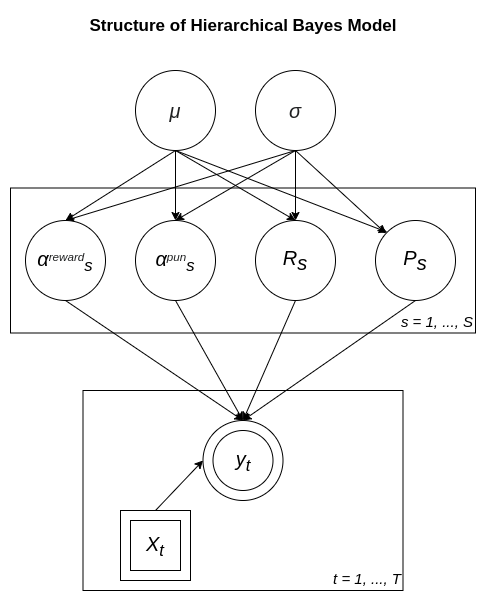
The draw.io diagram content/post/computational-models-of-behavior-pt2/hba.png in rklymentiev/rklymentiev.com, before a commit. Source tidied: cells renumbered, new cells last; positions are measured from the earlier drawing's top-left corner, leaving out a move shared by most shapes. The source it was exported from:
```xml
<mxGraphModel>
  <root>
    <mxCell id="0" />
    <mxCell id="1" parent="0" />
    <mxCell id="2" value="&lt;i style=&quot;font-size: 15px;&quot;&gt;t = 1, ..., T&lt;/i&gt;" style="rounded=0;whiteSpace=wrap;html=1;align=right;verticalAlign=bottom;fontSize=15;fillColor=none;" parent="1" vertex="1">
      <mxGeometry x="72.5" y="380" width="320" height="200" as="geometry" />
    </mxCell>
    <mxCell id="3" value="s = 1, ..., S" style="rounded=0;whiteSpace=wrap;html=1;align=right;verticalAlign=bottom;fontStyle=2;fontSize=15;fillColor=none;" parent="1" vertex="1">
      <mxGeometry y="177.5" width="465" height="145" as="geometry" />
    </mxCell>
    <mxCell id="4" style="rounded=0;jettySize=auto;html=1;entryX=0.5;entryY=0;entryDx=0;entryDy=0;exitX=0.5;exitY=1;exitDx=0;exitDy=0;" parent="1" edge="1" source="8" target="15">
      <mxGeometry relative="1" as="geometry" />
    </mxCell>
    <mxCell id="5" style="edgeStyle=orthogonalEdgeStyle;rounded=0;jettySize=auto;html=1;exitX=0.5;exitY=1;exitDx=0;exitDy=0;entryX=0.5;entryY=0;entryDx=0;entryDy=0;fontSize=14;" parent="1" edge="1" source="8" target="23">
      <mxGeometry relative="1" as="geometry" />
    </mxCell>
    <mxCell id="6" style="edgeStyle=none;rounded=0;jettySize=auto;html=1;exitX=0.5;exitY=1;exitDx=0;exitDy=0;entryX=0.5;entryY=0;entryDx=0;entryDy=0;fontSize=14;" parent="1" edge="1" source="8" target="25">
      <mxGeometry relative="1" as="geometry" />
    </mxCell>
    <mxCell id="7" style="edgeStyle=none;rounded=0;jettySize=auto;html=1;entryX=0;entryY=0;entryDx=0;entryDy=0;fontSize=14;exitX=0.5;exitY=1;exitDx=0;exitDy=0;" parent="1" edge="1" source="8" target="27">
      <mxGeometry relative="1" as="geometry" />
    </mxCell>
    <mxCell id="8" value="&lt;span style=&quot;color: rgb(32, 33, 34); font-family: sans-serif; font-size: 20px; background-color: rgb(255, 255, 255);&quot;&gt;μ&lt;/span&gt;" style="ellipse;whiteSpace=wrap;html=1;fontStyle=2;fontSize=20;" parent="1" vertex="1">
      <mxGeometry x="125" y="60" width="80" height="80" as="geometry" />
    </mxCell>
    <mxCell id="9" style="edgeStyle=none;rounded=0;jettySize=auto;html=1;exitX=0.5;exitY=1;exitDx=0;exitDy=0;entryX=0.5;entryY=0;entryDx=0;entryDy=0;" parent="1" edge="1" source="13" target="15">
      <mxGeometry relative="1" as="geometry" />
    </mxCell>
    <mxCell id="10" style="edgeStyle=orthogonalEdgeStyle;rounded=0;jettySize=auto;html=1;exitX=0.5;exitY=1;exitDx=0;exitDy=0;entryX=0.5;entryY=0;entryDx=0;entryDy=0;fontSize=14;" parent="1" edge="1" source="13" target="25">
      <mxGeometry relative="1" as="geometry" />
    </mxCell>
    <mxCell id="11" style="rounded=0;jettySize=auto;html=1;exitX=0.5;exitY=1;exitDx=0;exitDy=0;fontSize=14;" parent="1" edge="1" source="13" target="27">
      <mxGeometry relative="1" as="geometry" />
    </mxCell>
    <mxCell id="12" style="edgeStyle=none;rounded=0;jettySize=auto;html=1;exitX=0.5;exitY=1;exitDx=0;exitDy=0;entryX=0.5;entryY=0;entryDx=0;entryDy=0;fontSize=14;" parent="1" edge="1" source="13" target="23">
      <mxGeometry relative="1" as="geometry" />
    </mxCell>
    <mxCell id="13" value="&lt;span style=&quot;color: rgb(32, 33, 34); font-family: sans-serif; font-size: 20px; text-align: left;&quot;&gt;σ&lt;/span&gt;" style="ellipse;whiteSpace=wrap;html=1;fontStyle=2;fontSize=20;" parent="1" vertex="1">
      <mxGeometry x="245" y="60" width="80" height="80" as="geometry" />
    </mxCell>
    <mxCell id="14" style="edgeStyle=none;rounded=0;jettySize=auto;html=1;exitX=0.5;exitY=1;exitDx=0;exitDy=0;entryX=0.5;entryY=0;entryDx=0;entryDy=0;" parent="1" edge="1" source="15" target="16">
      <mxGeometry relative="1" as="geometry" />
    </mxCell>
    <mxCell id="15" value="α&lt;font color=&quot;#202122&quot; face=&quot;sbl biblit, sbl greek, athena, eb garamond, eb garamond 12, foulis greek, garamond libre, cardo, gentium plus, gentium, garamond, palatino linotype, dejavu sans, dejavu serif, freeserif, freesans, arial unicode ms, lucida sans unicode, lucida grande, code2000, sans-serif&quot;&gt;&lt;span style=&quot;font-size: 14px ; background-color: rgb(255 , 255 , 255)&quot;&gt;&lt;sup&gt;reward&lt;/sup&gt;&lt;/span&gt;&lt;/font&gt;&lt;span style=&quot;text-align: left&quot;&gt;&lt;sub&gt;s&lt;/sub&gt;&lt;/span&gt;" style="ellipse;whiteSpace=wrap;html=1;fontStyle=2;fontSize=20;" parent="1" vertex="1">
      <mxGeometry x="15" y="210" width="80" height="80" as="geometry" />
    </mxCell>
    <mxCell id="16" style="ellipse;whiteSpace=wrap;html=1;" parent="1" vertex="1">
      <mxGeometry x="192.5" y="410" width="80" height="80" as="geometry" />
    </mxCell>
    <mxCell id="17" value="y&lt;sub&gt;t&lt;/sub&gt;" style="ellipse;whiteSpace=wrap;html=1;fontStyle=2;fontSize=20;" parent="1" vertex="1">
      <mxGeometry x="202.5" y="420" width="60" height="60" as="geometry" />
    </mxCell>
    <mxCell id="18" style="edgeStyle=none;rounded=0;jettySize=auto;html=1;exitX=0.5;exitY=0;exitDx=0;exitDy=0;entryX=0;entryY=0.5;entryDx=0;entryDy=0;fontSize=15;" parent="1" edge="1" source="19" target="16">
      <mxGeometry relative="1" as="geometry" />
    </mxCell>
    <mxCell id="19" style="whiteSpace=wrap;html=1;align=right;verticalAlign=bottom;" parent="1" vertex="1">
      <mxGeometry x="110" y="500" width="70" height="70" as="geometry" />
    </mxCell>
    <mxCell id="20" value="X&lt;sub&gt;t&lt;/sub&gt;" style="whiteSpace=wrap;html=1;align=center;verticalAlign=middle;fontStyle=2;fontSize=20;" parent="1" vertex="1">
      <mxGeometry x="120" y="510" width="50" height="50" as="geometry" />
    </mxCell>
    <mxCell id="21" value="Structure of Hierarchical Bayes Model" style="text;html=1;strokeColor=none;fillColor=none;align=center;verticalAlign=middle;whiteSpace=wrap;rounded=0;fontStyle=1;fontSize=17;" parent="1" vertex="1">
      <mxGeometry x="72.5" width="320" height="30" as="geometry" />
    </mxCell>
    <mxCell id="22" style="edgeStyle=none;rounded=0;jettySize=auto;html=1;exitX=0.5;exitY=1;exitDx=0;exitDy=0;entryX=0.5;entryY=0;entryDx=0;entryDy=0;fontSize=14;" parent="1" edge="1" source="23" target="16">
      <mxGeometry relative="1" as="geometry" />
    </mxCell>
    <mxCell id="23" value="α&lt;font color=&quot;#202122&quot; face=&quot;sbl biblit, sbl greek, athena, eb garamond, eb garamond 12, foulis greek, garamond libre, cardo, gentium plus, gentium, garamond, palatino linotype, dejavu sans, dejavu serif, freeserif, freesans, arial unicode ms, lucida sans unicode, lucida grande, code2000, sans-serif&quot;&gt;&lt;span style=&quot;font-size: 14px ; background-color: rgb(255 , 255 , 255)&quot;&gt;&lt;sup&gt;pun&lt;/sup&gt;&lt;/span&gt;&lt;/font&gt;&lt;span style=&quot;text-align: left&quot;&gt;&lt;sub&gt;s&lt;/sub&gt;&lt;/span&gt;" style="ellipse;whiteSpace=wrap;html=1;fontStyle=2;fontSize=20;" parent="1" vertex="1">
      <mxGeometry x="125" y="210" width="80" height="80" as="geometry" />
    </mxCell>
    <mxCell id="24" style="edgeStyle=none;rounded=0;jettySize=auto;html=1;exitX=0.5;exitY=1;exitDx=0;exitDy=0;fontSize=14;entryX=0.5;entryY=0;entryDx=0;entryDy=0;" parent="1" edge="1" source="25" target="16">
      <mxGeometry relative="1" as="geometry" />
    </mxCell>
    <mxCell id="25" value="R&lt;sub style=&quot;font-size: 20px;&quot;&gt;s&lt;/sub&gt;" style="ellipse;whiteSpace=wrap;html=1;fontStyle=2;fontSize=20;fontFamily=Helvetica;" parent="1" vertex="1">
      <mxGeometry x="245" y="210" width="80" height="80" as="geometry" />
    </mxCell>
    <mxCell id="26" style="edgeStyle=none;rounded=0;jettySize=auto;html=1;exitX=0.5;exitY=1;exitDx=0;exitDy=0;entryX=0.5;entryY=0;entryDx=0;entryDy=0;fontSize=14;" parent="1" edge="1" source="27" target="16">
      <mxGeometry relative="1" as="geometry" />
    </mxCell>
    <mxCell id="27" value="&lt;div&gt;&lt;span style=&quot;text-align: left&quot;&gt;P&lt;/span&gt;&lt;span style=&quot;vertical-align: sub ; text-align: left&quot;&gt;s&lt;/span&gt;&lt;/div&gt;" style="ellipse;whiteSpace=wrap;html=1;fontStyle=2;fontSize=20;" parent="1" vertex="1">
      <mxGeometry x="365" y="210" width="80" height="80" as="geometry" />
    </mxCell>
  </root>
</mxGraphModel>
```
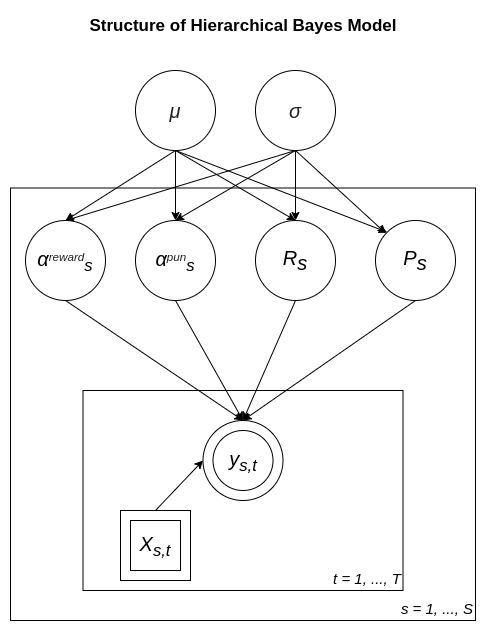
After the change.

Commit message:
update hba structure in the post

The edit, as a diff of the source:
```diff
@@ -6,7 +6,7 @@
       <mxGeometry x="72.5" y="380" width="320" height="200" as="geometry" />
     </mxCell>
     <mxCell id="3" value="s = 1, ..., S" style="rounded=0;whiteSpace=wrap;html=1;align=right;verticalAlign=bottom;fontStyle=2;fontSize=15;fillColor=none;" parent="1" vertex="1">
-      <mxGeometry y="177.5" width="465" height="145" as="geometry" />
+      <mxGeometry y="177.5" width="465" height="432.5" as="geometry" />
     </mxCell>
     <mxCell id="4" style="rounded=0;jettySize=auto;html=1;entryX=0.5;entryY=0;entryDx=0;entryDy=0;exitX=0.5;exitY=1;exitDx=0;exitDy=0;" parent="1" edge="1" source="8" target="15">
       <mxGeometry relative="1" as="geometry" />
@@ -47,7 +47,7 @@
     <mxCell id="16" style="ellipse;whiteSpace=wrap;html=1;" parent="1" vertex="1">
       <mxGeometry x="192.5" y="410" width="80" height="80" as="geometry" />
     </mxCell>
-    <mxCell id="17" value="y&lt;sub&gt;t&lt;/sub&gt;" style="ellipse;whiteSpace=wrap;html=1;fontStyle=2;fontSize=20;" parent="1" vertex="1">
+    <mxCell id="17" value="y&lt;sub&gt;s,t&lt;/sub&gt;" style="ellipse;whiteSpace=wrap;html=1;fontStyle=2;fontSize=20;" parent="1" vertex="1">
       <mxGeometry x="202.5" y="420" width="60" height="60" as="geometry" />
     </mxCell>
     <mxCell id="18" style="edgeStyle=none;rounded=0;jettySize=auto;html=1;exitX=0.5;exitY=0;exitDx=0;exitDy=0;entryX=0;entryY=0.5;entryDx=0;entryDy=0;fontSize=15;" parent="1" edge="1" source="19" target="16">
@@ -56,7 +56,7 @@
     <mxCell id="19" style="whiteSpace=wrap;html=1;align=right;verticalAlign=bottom;" parent="1" vertex="1">
       <mxGeometry x="110" y="500" width="70" height="70" as="geometry" />
     </mxCell>
-    <mxCell id="20" value="X&lt;sub&gt;t&lt;/sub&gt;" style="whiteSpace=wrap;html=1;align=center;verticalAlign=middle;fontStyle=2;fontSize=20;" parent="1" vertex="1">
+    <mxCell id="20" value="X&lt;sub&gt;s,t&lt;/sub&gt;" style="whiteSpace=wrap;html=1;align=center;verticalAlign=middle;fontStyle=2;fontSize=20;" parent="1" vertex="1">
       <mxGeometry x="120" y="510" width="50" height="50" as="geometry" />
     </mxCell>
     <mxCell id="21" value="Structure of Hierarchical Bayes Model" style="text;html=1;strokeColor=none;fillColor=none;align=center;verticalAlign=middle;whiteSpace=wrap;rounded=0;fontStyle=1;fontSize=17;" parent="1" vertex="1">
```
